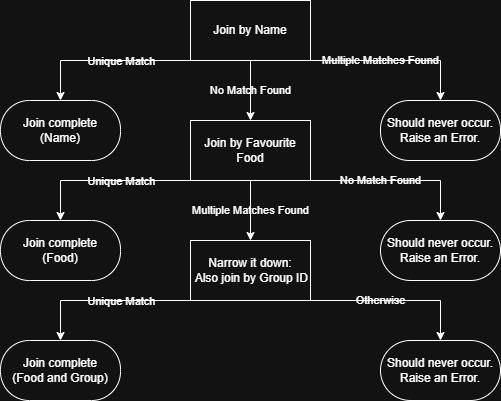
The draw.io diagram doc/source/_static/examples/cheese_join/flowchart_dark.png in joinplex-dev/joinplex, before a commit. Source tidied: cells renumbered, new cells last; positions are measured from the earlier drawing's top-left corner, leaving out a move shared by most shapes. Source of this version:
```xml
<mxGraphModel background="#121212">
  <root>
    <mxCell id="0" />
    <mxCell id="1" parent="0" />
    <mxCell id="2" value="Join by Name" style="rounded=0;whiteSpace=wrap;html=1;fontColor=#FFFFFF;labelBackgroundColor=none;fillColor=#121212;strokeColor=#FFFFFF;gradientColor=none;" parent="1" vertex="1">
      <mxGeometry x="190" width="120" height="60" as="geometry" />
    </mxCell>
    <mxCell id="3" value="Join by Favourite Food" style="rounded=0;whiteSpace=wrap;html=1;fontColor=#FFFFFF;labelBackgroundColor=none;fillColor=#121212;strokeColor=#FFFFFF;gradientColor=none;" parent="1" vertex="1">
      <mxGeometry x="190" y="120" width="120" height="60" as="geometry" />
    </mxCell>
    <mxCell id="4" style="endArrow=classic;html=1;rounded=0;exitX=0.25;exitY=1;exitDx=0;exitDy=0;entryX=0.5;entryY=0;entryDx=0;entryDy=0;fontColor=#FFFFFF;labelBackgroundColor=none;fillColor=#121212;strokeColor=#FFFFFF;" parent="1" edge="1" source="2">
      <mxGeometry relative="1" as="geometry">
        <mxPoint x="60" y="100" as="targetPoint" />
        <Array as="points">
          <mxPoint x="60" y="60" />
        </Array>
      </mxGeometry>
    </mxCell>
    <mxCell id="5" value="Unique Match" style="edgeLabel;html=1;align=center;verticalAlign=middle;fontColor=#FFFFFF;labelBackgroundColor=none;fillColor=#121212;" parent="4" vertex="1">
      <mxGeometry x="0.16" y="-2" relative="1" as="geometry">
        <mxPoint x="16" y="2" as="offset" />
      </mxGeometry>
    </mxCell>
    <mxCell id="6" value="Multiple Matches Found" style="endArrow=classic;html=1;rounded=0;exitX=0.75;exitY=1;exitDx=0;exitDy=0;entryX=0.5;entryY=0;entryDx=0;entryDy=0;fontColor=#FFFFFF;labelBackgroundColor=none;fillColor=#121212;strokeColor=#FFFFFF;" parent="1" edge="1" source="2">
      <mxGeometry relative="1" as="geometry">
        <mxPoint x="440" y="100" as="targetPoint" />
        <Array as="points">
          <mxPoint x="440" y="60" />
        </Array>
      </mxGeometry>
    </mxCell>
    <mxCell id="7" value="Should never occur.&lt;br&gt;Raise an Error." style="rounded=1;whiteSpace=wrap;html=1;arcSize=48;fontColor=#FFFFFF;labelBackgroundColor=none;fillColor=#121212;strokeColor=#FFFFFF;gradientColor=none;" parent="1" vertex="1">
      <mxGeometry x="380" y="100" width="120" height="60" as="geometry" />
    </mxCell>
    <mxCell id="8" value="Join complete&lt;br&gt;(Name)" style="rounded=1;whiteSpace=wrap;html=1;arcSize=48;fontColor=#FFFFFF;labelBackgroundColor=none;fillColor=#121212;strokeColor=#FFFFFF;gradientColor=none;" parent="1" vertex="1">
      <mxGeometry y="100" width="120" height="60" as="geometry" />
    </mxCell>
    <mxCell id="9" style="endArrow=classic;html=1;rounded=0;exitX=0.25;exitY=1;exitDx=0;exitDy=0;entryX=0.5;entryY=0;entryDx=0;entryDy=0;fontColor=#FFFFFF;labelBackgroundColor=none;fillColor=#121212;strokeColor=#FFFFFF;" parent="1" edge="1">
      <mxGeometry relative="1" as="geometry">
        <mxPoint x="220" y="180" as="sourcePoint" />
        <mxPoint x="60" y="220" as="targetPoint" />
        <Array as="points">
          <mxPoint x="60" y="180" />
        </Array>
      </mxGeometry>
    </mxCell>
    <mxCell id="10" value="Unique Match" style="edgeLabel;html=1;align=center;verticalAlign=middle;fontColor=#FFFFFF;labelBackgroundColor=none;fillColor=#121212;" parent="9" vertex="1">
      <mxGeometry x="0.16" y="-2" relative="1" as="geometry">
        <mxPoint x="16" y="2" as="offset" />
      </mxGeometry>
    </mxCell>
    <mxCell id="11" value="No Match Found" style="endArrow=classic;html=1;rounded=0;exitX=0.75;exitY=1;exitDx=0;exitDy=0;entryX=0.5;entryY=0;entryDx=0;entryDy=0;fontColor=#FFFFFF;labelBackgroundColor=none;fillColor=#121212;strokeColor=#FFFFFF;" parent="1" edge="1">
      <mxGeometry relative="1" as="geometry">
        <mxPoint x="280" y="180" as="sourcePoint" />
        <mxPoint x="440" y="220" as="targetPoint" />
        <Array as="points">
          <mxPoint x="440" y="180" />
        </Array>
      </mxGeometry>
    </mxCell>
    <mxCell id="12" value="Join complete&lt;br&gt;(Food)" style="rounded=1;whiteSpace=wrap;html=1;arcSize=48;fontColor=#FFFFFF;labelBackgroundColor=none;fillColor=#121212;strokeColor=#FFFFFF;gradientColor=none;" parent="1" vertex="1">
      <mxGeometry y="220" width="120" height="60" as="geometry" />
    </mxCell>
    <mxCell id="13" value="No Match Found" style="endArrow=classic;html=1;rounded=0;exitX=0.5;exitY=1;exitDx=0;exitDy=0;entryX=0.5;entryY=0;entryDx=0;entryDy=0;fontColor=#FFFFFF;labelBackgroundColor=none;fillColor=#121212;strokeColor=#FFFFFF;" parent="1" edge="1" source="2" target="3">
      <mxGeometry relative="1" as="geometry" />
    </mxCell>
    <mxCell id="14" value="Multiple Matches Found" style="endArrow=classic;html=1;rounded=0;exitX=0.5;exitY=1;exitDx=0;exitDy=0;fontColor=#FFFFFF;labelBackgroundColor=none;fillColor=#121212;strokeColor=#FFFFFF;" parent="1" edge="1" source="3">
      <mxGeometry relative="1" as="geometry">
        <mxPoint x="250" y="240" as="targetPoint" />
      </mxGeometry>
    </mxCell>
    <mxCell id="15" value="Narrow it down:&lt;br&gt;&amp;nbsp;Also join by Group ID" style="rounded=0;whiteSpace=wrap;html=1;fontColor=#FFFFFF;labelBackgroundColor=none;fillColor=#121212;strokeColor=#FFFFFF;gradientColor=none;" parent="1" vertex="1">
      <mxGeometry x="190" y="240" width="120" height="60" as="geometry" />
    </mxCell>
    <mxCell id="16" value="Should never occur.&lt;br&gt;Raise an Error." style="rounded=1;whiteSpace=wrap;html=1;arcSize=50;fontColor=#FFFFFF;labelBackgroundColor=none;fillColor=#121212;strokeColor=#FFFFFF;gradientColor=none;" parent="1" vertex="1">
      <mxGeometry x="380" y="220" width="120" height="60" as="geometry" />
    </mxCell>
    <mxCell id="17" style="endArrow=classic;html=1;rounded=0;exitX=0.25;exitY=1;exitDx=0;exitDy=0;entryX=0.5;entryY=0;entryDx=0;entryDy=0;fontColor=#FFFFFF;labelBackgroundColor=none;fillColor=#121212;strokeColor=#FFFFFF;" parent="1" edge="1">
      <mxGeometry relative="1" as="geometry">
        <mxPoint x="220" y="300" as="sourcePoint" />
        <mxPoint x="60" y="340" as="targetPoint" />
        <Array as="points">
          <mxPoint x="60" y="300" />
        </Array>
      </mxGeometry>
    </mxCell>
    <mxCell id="18" value="Unique Match" style="edgeLabel;html=1;align=center;verticalAlign=middle;fontColor=#FFFFFF;labelBackgroundColor=none;fillColor=#121212;" parent="17" vertex="1">
      <mxGeometry x="0.16" y="-2" relative="1" as="geometry">
        <mxPoint x="16" y="2" as="offset" />
      </mxGeometry>
    </mxCell>
    <mxCell id="19" value="Otherwise" style="endArrow=classic;html=1;rounded=0;exitX=0.75;exitY=1;exitDx=0;exitDy=0;entryX=0.5;entryY=0;entryDx=0;entryDy=0;fontColor=#FFFFFF;labelBackgroundColor=none;fillColor=#121212;strokeColor=#FFFFFF;" parent="1" edge="1">
      <mxGeometry relative="1" as="geometry">
        <mxPoint x="280" y="300" as="sourcePoint" />
        <mxPoint x="440" y="340" as="targetPoint" />
        <Array as="points">
          <mxPoint x="440" y="300" />
        </Array>
      </mxGeometry>
    </mxCell>
    <mxCell id="20" value="Join complete&lt;br&gt;(Food and Group)" style="rounded=1;whiteSpace=wrap;html=1;arcSize=48;fontColor=#FFFFFF;labelBackgroundColor=none;fillColor=#121212;strokeColor=#FFFFFF;gradientColor=none;" parent="1" vertex="1">
      <mxGeometry y="340" width="120" height="60" as="geometry" />
    </mxCell>
    <mxCell id="21" value="Should never occur.&lt;br&gt;Raise an Error." style="rounded=1;whiteSpace=wrap;html=1;arcSize=50;fontColor=#FFFFFF;labelBackgroundColor=none;fillColor=#121212;strokeColor=#FFFFFF;gradientColor=none;" parent="1" vertex="1">
      <mxGeometry x="380" y="340" width="120" height="60" as="geometry" />
    </mxCell>
  </root>
</mxGraphModel>
```
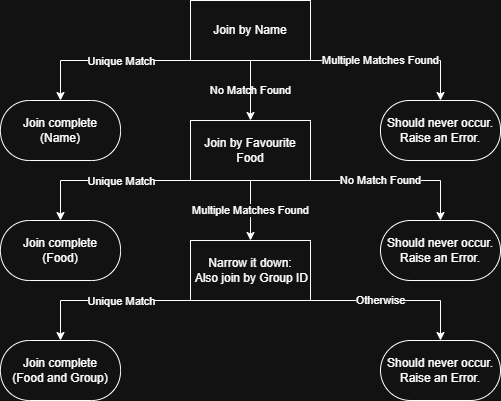
Above is the later version.

Commit message:
Fix background colour for annotations

Change to the diagram source:
```diff
@@ -16,12 +16,12 @@
         </Array>
       </mxGeometry>
     </mxCell>
-    <mxCell id="5" value="Unique Match" style="edgeLabel;html=1;align=center;verticalAlign=middle;fontColor=#FFFFFF;labelBackgroundColor=none;fillColor=#121212;" parent="4" vertex="1">
+    <mxCell id="5" value="Unique Match" style="edgeLabel;html=1;align=center;verticalAlign=middle;fontColor=#FFFFFF;labelBackgroundColor=#121212;fillColor=#121212;" parent="4" vertex="1">
       <mxGeometry x="0.16" y="-2" relative="1" as="geometry">
         <mxPoint x="16" y="2" as="offset" />
       </mxGeometry>
     </mxCell>
-    <mxCell id="6" value="Multiple Matches Found" style="endArrow=classic;html=1;rounded=0;exitX=0.75;exitY=1;exitDx=0;exitDy=0;entryX=0.5;entryY=0;entryDx=0;entryDy=0;fontColor=#FFFFFF;labelBackgroundColor=none;fillColor=#121212;strokeColor=#FFFFFF;" parent="1" edge="1" source="2">
+    <mxCell id="6" value="Multiple Matches Found" style="endArrow=classic;html=1;rounded=0;exitX=0.75;exitY=1;exitDx=0;exitDy=0;entryX=0.5;entryY=0;entryDx=0;entryDy=0;fontColor=#FFFFFF;labelBackgroundColor=#121212;fillColor=#121212;strokeColor=#FFFFFF;" parent="1" edge="1" source="2">
       <mxGeometry relative="1" as="geometry">
         <mxPoint x="440" y="100" as="targetPoint" />
         <Array as="points">
@@ -44,12 +44,12 @@
         </Array>
       </mxGeometry>
     </mxCell>
-    <mxCell id="10" value="Unique Match" style="edgeLabel;html=1;align=center;verticalAlign=middle;fontColor=#FFFFFF;labelBackgroundColor=none;fillColor=#121212;" parent="9" vertex="1">
+    <mxCell id="10" value="Unique Match" style="edgeLabel;html=1;align=center;verticalAlign=middle;fontColor=#FFFFFF;labelBackgroundColor=#121212;fillColor=#121212;" parent="9" vertex="1">
       <mxGeometry x="0.16" y="-2" relative="1" as="geometry">
         <mxPoint x="16" y="2" as="offset" />
       </mxGeometry>
     </mxCell>
-    <mxCell id="11" value="No Match Found" style="endArrow=classic;html=1;rounded=0;exitX=0.75;exitY=1;exitDx=0;exitDy=0;entryX=0.5;entryY=0;entryDx=0;entryDy=0;fontColor=#FFFFFF;labelBackgroundColor=none;fillColor=#121212;strokeColor=#FFFFFF;" parent="1" edge="1">
+    <mxCell id="11" value="No Match Found" style="endArrow=classic;html=1;rounded=0;exitX=0.75;exitY=1;exitDx=0;exitDy=0;entryX=0.5;entryY=0;entryDx=0;entryDy=0;fontColor=#FFFFFF;labelBackgroundColor=#121212;fillColor=#121212;strokeColor=#FFFFFF;" parent="1" edge="1">
       <mxGeometry relative="1" as="geometry">
         <mxPoint x="280" y="180" as="sourcePoint" />
         <mxPoint x="440" y="220" as="targetPoint" />
@@ -64,7 +64,7 @@
     <mxCell id="13" value="No Match Found" style="endArrow=classic;html=1;rounded=0;exitX=0.5;exitY=1;exitDx=0;exitDy=0;entryX=0.5;entryY=0;entryDx=0;entryDy=0;fontColor=#FFFFFF;labelBackgroundColor=none;fillColor=#121212;strokeColor=#FFFFFF;" parent="1" edge="1" source="2" target="3">
       <mxGeometry relative="1" as="geometry" />
     </mxCell>
-    <mxCell id="14" value="Multiple Matches Found" style="endArrow=classic;html=1;rounded=0;exitX=0.5;exitY=1;exitDx=0;exitDy=0;fontColor=#FFFFFF;labelBackgroundColor=none;fillColor=#121212;strokeColor=#FFFFFF;" parent="1" edge="1" source="3">
+    <mxCell id="14" value="Multiple Matches Found" style="endArrow=classic;html=1;rounded=0;exitX=0.5;exitY=1;exitDx=0;exitDy=0;fontColor=#FFFFFF;labelBackgroundColor=#121212;fillColor=#121212;strokeColor=#FFFFFF;" parent="1" edge="1" source="3">
       <mxGeometry relative="1" as="geometry">
         <mxPoint x="250" y="240" as="targetPoint" />
       </mxGeometry>
@@ -84,12 +84,12 @@
         </Array>
       </mxGeometry>
     </mxCell>
-    <mxCell id="18" value="Unique Match" style="edgeLabel;html=1;align=center;verticalAlign=middle;fontColor=#FFFFFF;labelBackgroundColor=none;fillColor=#121212;" parent="17" vertex="1">
+    <mxCell id="18" value="Unique Match" style="edgeLabel;html=1;align=center;verticalAlign=middle;fontColor=#FFFFFF;labelBackgroundColor=#121212;fillColor=#121212;" parent="17" vertex="1">
       <mxGeometry x="0.16" y="-2" relative="1" as="geometry">
         <mxPoint x="16" y="2" as="offset" />
       </mxGeometry>
     </mxCell>
-    <mxCell id="19" value="Otherwise" style="endArrow=classic;html=1;rounded=0;exitX=0.75;exitY=1;exitDx=0;exitDy=0;entryX=0.5;entryY=0;entryDx=0;entryDy=0;fontColor=#FFFFFF;labelBackgroundColor=none;fillColor=#121212;strokeColor=#FFFFFF;" parent="1" edge="1">
+    <mxCell id="19" value="Otherwise" style="endArrow=classic;html=1;rounded=0;exitX=0.75;exitY=1;exitDx=0;exitDy=0;entryX=0.5;entryY=0;entryDx=0;entryDy=0;fontColor=#FFFFFF;labelBackgroundColor=#121212;fillColor=#121212;strokeColor=#FFFFFF;" parent="1" edge="1">
       <mxGeometry relative="1" as="geometry">
         <mxPoint x="280" y="300" as="sourcePoint" />
         <mxPoint x="440" y="340" as="targetPoint" />
```
